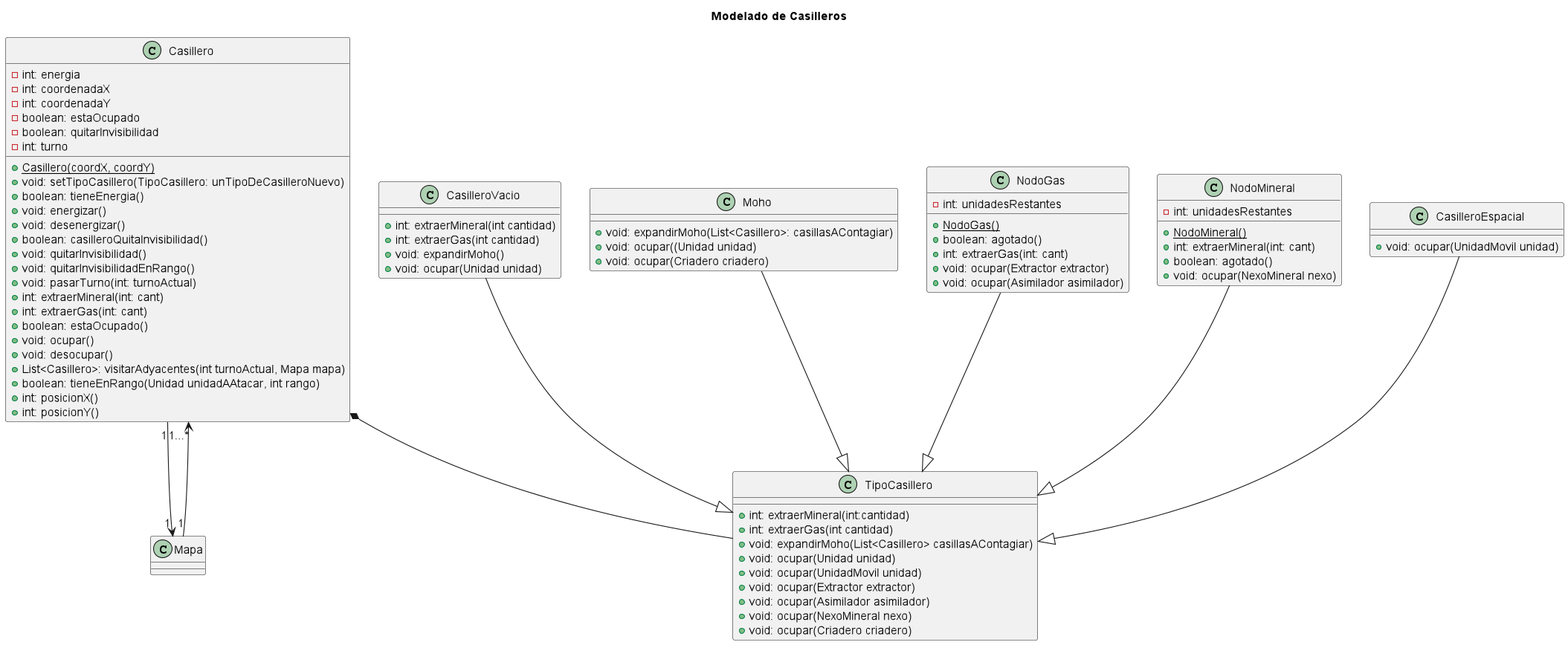
Earlier version of the PlantUML export diagrams/classes/casilleros.png (m-cabrerar/AlgoStar).
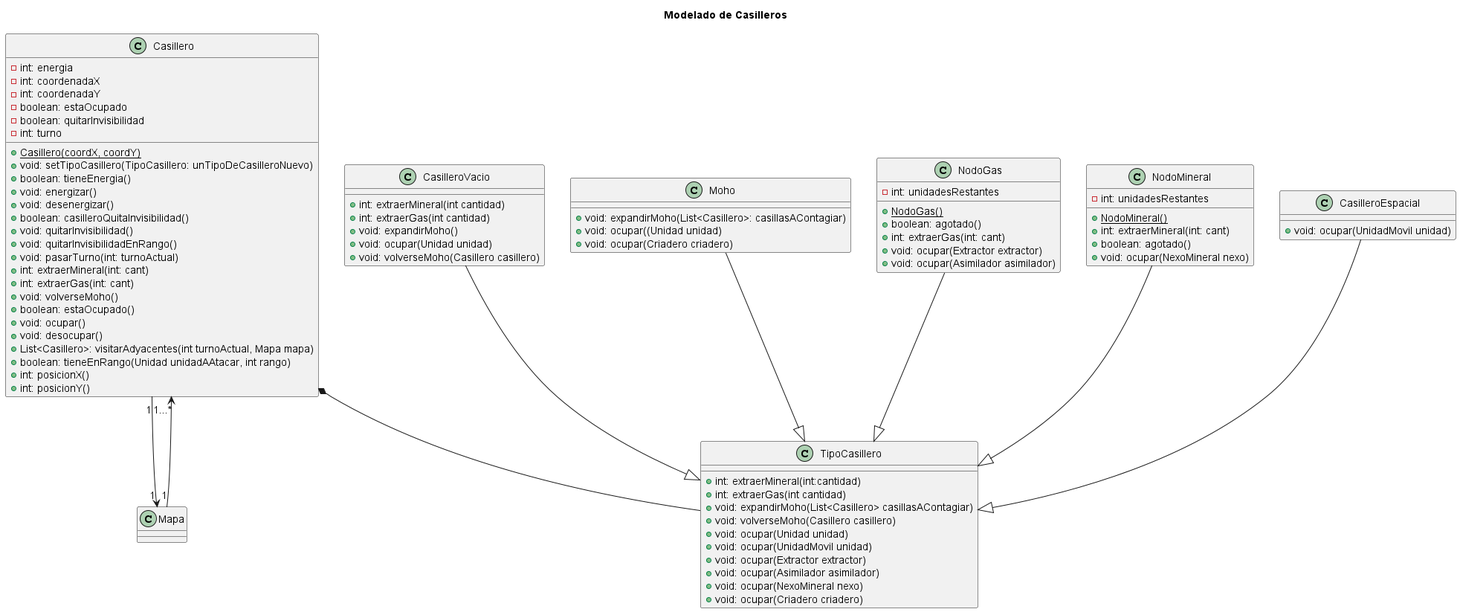
The same diagram one commit later.

Change to the diagram source:
```diff
@@ -21,6 +21,7 @@
  + void: pasarTurno(int: turnoActual)
  + int: extraerMineral(int: cant)
  + int: extraerGas(int: cant)
+ + void: volverseMoho()
  + boolean: estaOcupado()
  + void: ocupar()
  + void: desocupar()
@@ -48,6 +49,7 @@
  + int: extraerMineral(int:cantidad)
  + int: extraerGas(int cantidad)
  + void: expandirMoho(List<Casillero> casillasAContagiar)
+ + void: volverseMoho(Casillero casillero)
  + void: ocupar(Unidad unidad)
  + void: ocupar(UnidadMovil unidad)
  + void: ocupar(Extractor extractor)
@@ -89,5 +91,6 @@
 + int: extraerGas(int cantidad)
 + void: expandirMoho()
 + void: ocupar(Unidad unidad)
++ void: volverseMoho(Casillero casillero)
 }
 @enduml
```
